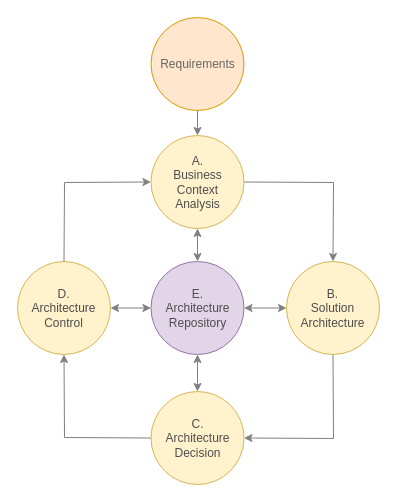
Before: page "Basic" (1 of 3) of drawio/eac.drawio in archinomicon/archinomicon.github.io, a draw.io diagram. Source tidied: cells renumbered, new cells numbered last; positions are measured from the earlier drawing's top-left corner, leaving out a move shared by most shapes. Both pictures are drawn from the tidied source at 100%, with x=0, y=0 at pixel (17, 17).
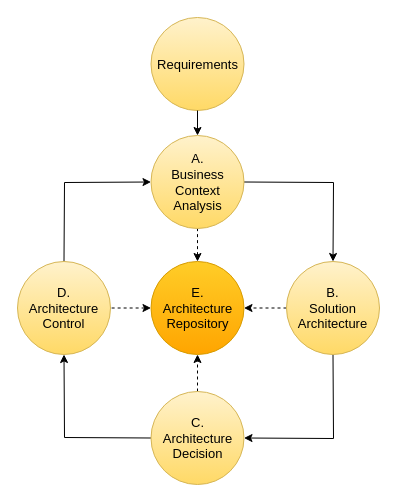
After the change.

Diff of the diagram source:
```diff
@@
-    <mxCell id="2" value="Requirements" style="ellipse;whiteSpace=wrap;html=1;fillColor=#ffe6cc;strokeColor=#d79b00;fontColor=#666666;" parent="1" vertex="1">
+    <mxCell id="2" value="Requirements" style="ellipse;whiteSpace=wrap;html=1;fillColor=#fff2cc;strokeColor=#d6b656;gradientColor=#ffd966;fontSize=13;" parent="1" vertex="1">
       <mxGeometry x="133.5" width="93" height="93" as="geometry" />
     </mxCell>
-    <mxCell id="3" style="edgeStyle=orthogonalEdgeStyle;rounded=0;jettySize=auto;html=1;startArrow=classic;startFill=1;endArrow=none;endFill=0;entryX=0.5;entryY=1;entryDx=0;entryDy=0;exitX=0.5;exitY=0;exitDx=0;exitDy=0;strokeColor=#808080;" parent="1" edge="1" source="11" target="2">
+    <mxCell id="3" style="edgeStyle=orthogonalEdgeStyle;rounded=0;jettySize=auto;html=1;startArrow=classic;startFill=1;endArrow=none;endFill=0;entryX=0.5;entryY=1;entryDx=0;entryDy=0;exitX=0.5;exitY=0;exitDx=0;exitDy=0;strokeColor=#000000;fontColor=#000000;" parent="1" edge="1" source="11" target="2">
       <mxGeometry relative="1" as="geometry" />
     </mxCell>
-    <mxCell id="4" style="endArrow=classic;startArrow=classic;html=1;rounded=0;entryX=1;entryY=0.5;entryDx=0;entryDy=0;exitX=0;exitY=0.5;exitDx=0;exitDy=0;strokeColor=#808080;fontColor=#666666;" parent="1" edge="1" source="13" target="16">
+    <mxCell id="4" style="endArrow=classic;startArrow=none;html=1;rounded=0;entryX=1;entryY=0.5;entryDx=0;entryDy=0;exitX=0;exitY=0.5;exitDx=0;exitDy=0;strokeColor=#000000;fontColor=#000000;startFill=0;dashed=1;" parent="1" edge="1" source="13" target="16">
       <mxGeometry relative="1" as="geometry" />
     </mxCell>
-    <mxCell id="5" style="endArrow=classic;html=1;rounded=0;exitX=1;exitY=0.5;exitDx=0;exitDy=0;entryX=0.5;entryY=0;entryDx=0;entryDy=0;strokeColor=#808080;fontColor=#666666;" parent="1" edge="1" source="11" target="13">
+    <mxCell id="5" style="endArrow=classic;html=1;rounded=0;exitX=1;exitY=0.5;exitDx=0;exitDy=0;entryX=0.5;entryY=0;entryDx=0;entryDy=0;strokeColor=#000000;fontColor=#000000;" parent="1" edge="1" source="11" target="13">
       <mxGeometry relative="1" as="geometry">
         <Array as="points">
           <mxPoint x="316" y="165" />
         </Array>
       </mxGeometry>
     </mxCell>
-    <mxCell id="6" style="endArrow=classic;html=1;rounded=0;entryX=1;entryY=0.5;entryDx=0;entryDy=0;exitX=0.5;exitY=1;exitDx=0;exitDy=0;strokeColor=#808080;fontColor=#666666;" parent="1" edge="1" source="13" target="15">
+    <mxCell id="6" style="endArrow=classic;html=1;rounded=0;entryX=1;entryY=0.5;entryDx=0;entryDy=0;exitX=0.5;exitY=1;exitDx=0;exitDy=0;strokeColor=#000000;fontColor=#000000;" parent="1" edge="1" source="13" target="15">
       <mxGeometry relative="1" as="geometry">
         <Array as="points">
           <mxPoint x="316" y="421" />
         </Array>
       </mxGeometry>
     </mxCell>
-    <mxCell id="7" style="endArrow=classic;html=1;rounded=0;entryX=0.5;entryY=1;entryDx=0;entryDy=0;exitX=0;exitY=0.5;exitDx=0;exitDy=0;strokeColor=#808080;fontColor=#666666;" parent="1" edge="1" source="15" target="12">
+    <mxCell id="7" style="endArrow=classic;html=1;rounded=0;entryX=0.5;entryY=1;entryDx=0;entryDy=0;exitX=0;exitY=0.5;exitDx=0;exitDy=0;strokeColor=#000000;fontColor=#000000;" parent="1" edge="1" source="15" target="12">
       <mxGeometry relative="1" as="geometry">
         <Array as="points">
           <mxPoint x="47" y="420" />
         </Array>
       </mxGeometry>
     </mxCell>
-    <mxCell id="8" style="endArrow=classic;html=1;rounded=0;exitX=0.5;exitY=0;exitDx=0;exitDy=0;strokeColor=#808080;entryX=0;entryY=0.5;entryDx=0;entryDy=0;fontColor=#666666;" parent="1" edge="1" source="12" target="11">
+    <mxCell id="8" style="endArrow=classic;html=1;rounded=0;exitX=0.5;exitY=0;exitDx=0;exitDy=0;strokeColor=#000000;entryX=0;entryY=0.5;entryDx=0;entryDy=0;fontColor=#000000;" parent="1" edge="1" source="12" target="11">
       <mxGeometry relative="1" as="geometry">
         <Array as="points">
           <mxPoint x="47" y="165" />
         </Array>
       </mxGeometry>
     </mxCell>
-    <mxCell id="9" style="endArrow=classic;startArrow=classic;html=1;rounded=0;entryX=0.5;entryY=1;entryDx=0;entryDy=0;exitX=0.5;exitY=0;exitDx=0;exitDy=0;strokeColor=#808080;fontColor=#666666;" parent="1" edge="1" source="16" target="11">
+    <mxCell id="9" style="endArrow=none;startArrow=classic;html=1;rounded=0;entryX=0.5;entryY=1;entryDx=0;entryDy=0;exitX=0.5;exitY=0;exitDx=0;exitDy=0;strokeColor=#000000;fontColor=#000000;endFill=0;dashed=1;" parent="1" edge="1" source="16" target="11">
       <mxGeometry relative="1" as="geometry" />
     </mxCell>
-    <mxCell id="10" style="endArrow=classic;startArrow=classic;html=1;rounded=0;exitX=0;exitY=0.5;exitDx=0;exitDy=0;entryX=1;entryY=0.5;entryDx=0;entryDy=0;strokeColor=#808080;fontColor=#666666;" parent="1" edge="1" source="16" target="12">
+    <mxCell id="10" style="endArrow=none;startArrow=classic;html=1;rounded=0;exitX=0;exitY=0.5;exitDx=0;exitDy=0;entryX=1;entryY=0.5;entryDx=0;entryDy=0;strokeColor=#000000;fontColor=#000000;endFill=0;dashed=1;" parent="1" edge="1" source="16" target="12">
       <mxGeometry relative="1" as="geometry" />
     </mxCell>
-    <mxCell id="11" value="&lt;span style=&quot;&quot;&gt;A.&lt;/span&gt;&lt;br&gt;&lt;span style=&quot;&quot;&gt;Business&lt;/span&gt;&lt;br&gt;&lt;span style=&quot;&quot;&gt;Context&lt;/span&gt;&lt;br&gt;&lt;span style=&quot;&quot;&gt;Analysis&lt;/span&gt;" style="ellipse;whiteSpace=wrap;html=1;fillColor=#fff2cc;strokeColor=#d6b656;fontColor=#4D4D4D;" parent="1" vertex="1">
+    <mxCell id="11" value="&lt;font&gt;&lt;span&gt;A.&lt;/span&gt;&lt;br&gt;&lt;span&gt;Business&lt;/span&gt;&lt;br&gt;&lt;span&gt;Context&lt;/span&gt;&lt;br&gt;&lt;span&gt;Analysis&lt;/span&gt;&lt;/font&gt;" style="ellipse;whiteSpace=wrap;html=1;fillColor=#fff2cc;strokeColor=#d6b656;gradientColor=#ffd966;fontColor=default;fontSize=13;" parent="1" vertex="1">
       <mxGeometry x="133.5" y="118" width="93" height="93" as="geometry" />
     </mxCell>
-    <mxCell id="12" value="&lt;span style=&quot;&quot;&gt;D.&lt;/span&gt;&lt;br&gt;&lt;span style=&quot;&quot;&gt;Architecture&lt;/span&gt;&lt;br&gt;&lt;span style=&quot;&quot;&gt;Control&lt;/span&gt;" style="ellipse;whiteSpace=wrap;html=1;fillColor=#fff2cc;strokeColor=#d6b656;fontColor=#4D4D4D;" parent="1" vertex="1">
+    <mxCell id="12" value="&lt;span&gt;D.&lt;/span&gt;&lt;br&gt;&lt;span&gt;Architecture&lt;/span&gt;&lt;br&gt;&lt;span&gt;Control&lt;/span&gt;" style="ellipse;whiteSpace=wrap;html=1;fillColor=#fff2cc;strokeColor=#d6b656;gradientColor=#ffd966;fontSize=13;" parent="1" vertex="1">
       <mxGeometry y="244" width="93" height="93" as="geometry" />
     </mxCell>
-    <mxCell id="13" value="&lt;span style=&quot;&quot;&gt;B.&lt;/span&gt;&lt;br&gt;&lt;span style=&quot;&quot;&gt;Solution&lt;/span&gt;&lt;br&gt;&lt;span style=&quot;&quot;&gt;Architecture&lt;/span&gt;" style="ellipse;whiteSpace=wrap;html=1;fillColor=#fff2cc;strokeColor=#d6b656;fontColor=#4D4D4D;" parent="1" vertex="1">
+    <mxCell id="13" value="&lt;font style=&quot;color: rgb(0, 0, 0);&quot;&gt;&lt;span&gt;B.&lt;/span&gt;&lt;br&gt;&lt;span&gt;Solution&lt;/span&gt;&lt;br&gt;&lt;span&gt;Architecture&lt;/span&gt;&lt;/font&gt;" style="ellipse;whiteSpace=wrap;html=1;fillColor=#fff2cc;strokeColor=#d6b656;gradientColor=#ffd966;fontSize=13;" parent="1" vertex="1">
       <mxGeometry x="269" y="244" width="93" height="93" as="geometry" />
     </mxCell>
-    <mxCell id="14" style="edgeStyle=none;html=1;entryX=0.5;entryY=1;entryDx=0;entryDy=0;exitX=0.5;exitY=0;exitDx=0;exitDy=0;startArrow=classic;startFill=1;strokeColor=#808080;fontColor=#666666;" parent="1" edge="1" source="15" target="16">
+    <mxCell id="14" style="edgeStyle=none;html=1;entryX=0.5;entryY=1;entryDx=0;entryDy=0;exitX=0.5;exitY=0;exitDx=0;exitDy=0;startArrow=none;startFill=0;strokeColor=#000000;fontColor=#000000;dashed=1;" parent="1" edge="1" source="15" target="16">
       <mxGeometry relative="1" as="geometry" />
     </mxCell>
-    <mxCell id="15" value="&lt;span style=&quot;&quot;&gt;C.&lt;/span&gt;&lt;br&gt;&lt;span style=&quot;&quot;&gt;Architecture&lt;/span&gt;&lt;br&gt;&lt;span style=&quot;&quot;&gt;Decision&lt;/span&gt;" style="ellipse;whiteSpace=wrap;html=1;fillColor=#fff2cc;strokeColor=#d6b656;fontColor=#4D4D4D;" parent="1" vertex="1">
+    <mxCell id="15" value="&lt;span&gt;C.&lt;/span&gt;&lt;br&gt;&lt;span&gt;Architecture&lt;/span&gt;&lt;br&gt;&lt;span&gt;Decision&lt;/span&gt;" style="ellipse;whiteSpace=wrap;html=1;fillColor=#fff2cc;strokeColor=#d6b656;gradientColor=#ffd966;fontSize=13;" parent="1" vertex="1">
       <mxGeometry x="133.5" y="374" width="93" height="93" as="geometry" />
     </mxCell>
-    <mxCell id="16" value="&lt;span style=&quot;&quot;&gt;E.&lt;/span&gt;&lt;br&gt;&lt;span style=&quot;&quot;&gt;Architecture&lt;/span&gt;&lt;br&gt;&lt;span style=&quot;&quot;&gt;Repository&lt;/span&gt;" style="ellipse;whiteSpace=wrap;html=1;fillColor=#e1d5e7;strokeColor=#9673a6;fontColor=#4D4D4D;" parent="1" vertex="1">
+    <mxCell id="16" value="&lt;span&gt;E.&lt;/span&gt;&lt;br&gt;&lt;span&gt;Architecture&lt;/span&gt;&lt;br&gt;&lt;span&gt;Repository&lt;/span&gt;" style="ellipse;whiteSpace=wrap;html=1;fillColor=#ffcd28;strokeColor=#d79b00;gradientColor=#ffa500;fontSize=13;" parent="1" vertex="1">
       <mxGeometry x="133.5" y="244" width="93" height="93" as="geometry" />
     </mxCell>
```
